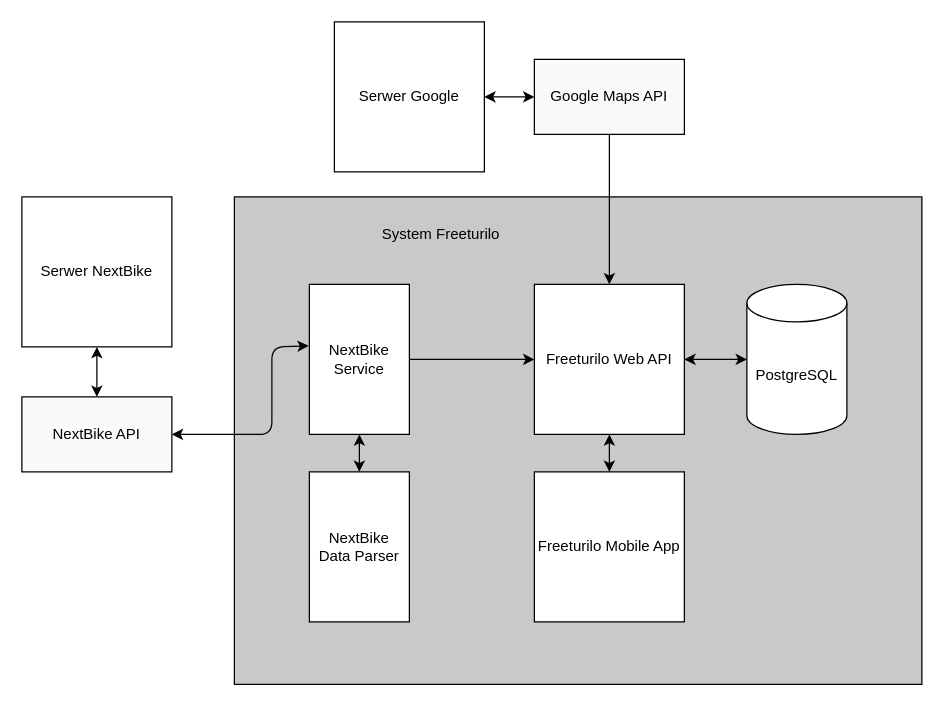
Earlier version of the draw.io diagram architektura.drawio (Freeturilo/FreeturiloDocumentation). Source tidied: cells renumbered, new cells numbered last; positions are measured from the earlier drawing's top-left corner, leaving out a move shared by most shapes. Both pictures are drawn from the tidied source at 125%, with x=0, y=0 at pixel (21, 21).
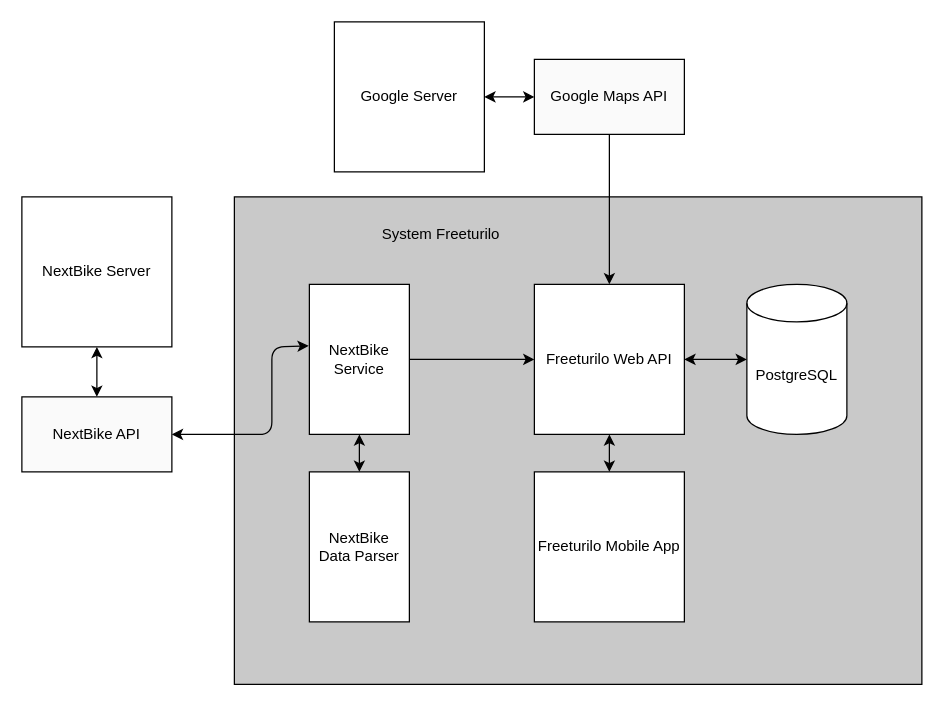
The same diagram, later.

Commit message:
Changed polish names to english

Diff of the diagram source:
```diff
@@
-    <mxCell id="3" value="Serwer NextBike" style="rounded=0;whiteSpace=wrap;html=1;" parent="1" vertex="1">
+    <mxCell id="3" value="NextBike Server" style="rounded=0;whiteSpace=wrap;html=1;" parent="1" vertex="1">
       <mxGeometry y="140" width="120" height="120" as="geometry" />
     </mxCell>
@@
-    <mxCell id="17" value="Serwer Google" style="rounded=0;whiteSpace=wrap;html=1;" parent="1" vertex="1">
+    <mxCell id="17" value="Google Server" style="rounded=0;whiteSpace=wrap;html=1;" parent="1" vertex="1">
       <mxGeometry x="250" width="120" height="120" as="geometry" />
     </mxCell>
```
